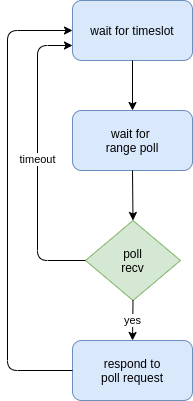
The draw.io diagram reports/03_firmware/img/twr_responder.png in tuannv-github/uwb-ips, before a commit. Source tidied: cells renumbered, new cells last; positions are measured from the earlier drawing's top-left corner, leaving out a move shared by most shapes. Source of this version:
```xml
<mxGraphModel>
  <root>
    <mxCell id="0" />
    <mxCell id="1" parent="0" />
    <mxCell id="2" value="wait for timeslot" style="rounded=1;whiteSpace=wrap;html=1;fillColor=#dae8fc;strokeColor=#6c8ebf;" parent="1" vertex="1">
      <mxGeometry x="65" width="120" height="60" as="geometry" />
    </mxCell>
    <mxCell id="3" value="wait for&amp;nbsp;&lt;br&gt;range poll" style="rounded=1;whiteSpace=wrap;html=1;fillColor=#dae8fc;strokeColor=#6c8ebf;" parent="1" vertex="1">
      <mxGeometry x="65" y="110" width="120" height="60" as="geometry" />
    </mxCell>
    <mxCell id="4" value="poll&lt;br&gt;recv" style="rhombus;whiteSpace=wrap;html=1;fillColor=#d5e8d4;strokeColor=#82b366;" parent="1" vertex="1">
      <mxGeometry x="78" y="220" width="95" height="80" as="geometry" />
    </mxCell>
    <mxCell id="5" value="respond to&lt;br&gt;poll request" style="rounded=1;whiteSpace=wrap;html=1;fillColor=#dae8fc;strokeColor=#6c8ebf;" parent="1" vertex="1">
      <mxGeometry x="65" y="340" width="120" height="60" as="geometry" />
    </mxCell>
    <mxCell id="6" style="endArrow=classic;html=1;exitX=0.5;exitY=1;exitDx=0;exitDy=0;entryX=0.5;entryY=0;entryDx=0;entryDy=0;" parent="1" edge="1" source="2" target="3">
      <mxGeometry relative="1" as="geometry" />
    </mxCell>
    <mxCell id="7" style="endArrow=classic;html=1;exitX=0.5;exitY=1;exitDx=0;exitDy=0;entryX=0.5;entryY=0;entryDx=0;entryDy=0;" parent="1" edge="1" source="3" target="4">
      <mxGeometry relative="1" as="geometry" />
    </mxCell>
    <mxCell id="8" value="yes" style="endArrow=classic;html=1;exitX=0.5;exitY=1;exitDx=0;exitDy=0;entryX=0.5;entryY=0;entryDx=0;entryDy=0;" parent="1" edge="1" source="4" target="5">
      <mxGeometry relative="1" as="geometry" />
    </mxCell>
    <mxCell id="9" style="endArrow=classic;html=1;exitX=0;exitY=0.5;exitDx=0;exitDy=0;entryX=0;entryY=0.5;entryDx=0;entryDy=0;" parent="1" edge="1" source="5" target="2">
      <mxGeometry relative="1" as="geometry">
        <Array as="points">
          <mxPoint y="370" />
          <mxPoint y="30" />
        </Array>
      </mxGeometry>
    </mxCell>
    <mxCell id="10" value="timeout" style="endArrow=classic;html=1;entryX=0;entryY=0.75;entryDx=0;entryDy=0;exitX=0;exitY=0.5;exitDx=0;exitDy=0;" parent="1" edge="1" source="4" target="2">
      <mxGeometry relative="1" as="geometry">
        <Array as="points">
          <mxPoint x="30" y="260" />
          <mxPoint x="30" y="45" />
        </Array>
      </mxGeometry>
    </mxCell>
  </root>
</mxGraphModel>
```
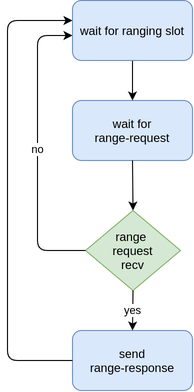
The same diagram one commit later.

Change to the diagram source:
```diff
@@ -2,20 +2,19 @@
   <root>
     <mxCell id="0" />
     <mxCell id="1" parent="0" />
-    <mxCell id="2" value="wait for timeslot" style="rounded=1;whiteSpace=wrap;html=1;fillColor=#dae8fc;strokeColor=#6c8ebf;" parent="1" vertex="1">
-      <mxGeometry x="65" width="120" height="60" as="geometry" />
-    </mxCell>
-    <mxCell id="3" value="wait for&amp;nbsp;&lt;br&gt;range poll" style="rounded=1;whiteSpace=wrap;html=1;fillColor=#dae8fc;strokeColor=#6c8ebf;" parent="1" vertex="1">
+    <mxCell id="3" value="wait for&lt;br&gt;range-request" style="rounded=1;whiteSpace=wrap;html=1;fillColor=#dae8fc;strokeColor=#6c8ebf;" parent="1" vertex="1">
       <mxGeometry x="65" y="110" width="120" height="60" as="geometry" />
     </mxCell>
-    <mxCell id="4" value="poll&lt;br&gt;recv" style="rhombus;whiteSpace=wrap;html=1;fillColor=#d5e8d4;strokeColor=#82b366;" parent="1" vertex="1">
+    <mxCell id="4" value="range&amp;nbsp;&lt;br&gt;request&lt;br&gt;recv" style="rhombus;whiteSpace=wrap;html=1;fillColor=#d5e8d4;strokeColor=#82b366;" parent="1" vertex="1">
       <mxGeometry x="78" y="220" width="95" height="80" as="geometry" />
     </mxCell>
-    <mxCell id="5" value="respond to&lt;br&gt;poll request" style="rounded=1;whiteSpace=wrap;html=1;fillColor=#dae8fc;strokeColor=#6c8ebf;" parent="1" vertex="1">
+    <mxCell id="5" value="send&lt;br&gt;range-response" style="rounded=1;whiteSpace=wrap;html=1;fillColor=#dae8fc;strokeColor=#6c8ebf;" parent="1" vertex="1">
       <mxGeometry x="65" y="340" width="120" height="60" as="geometry" />
     </mxCell>
-    <mxCell id="6" style="endArrow=classic;html=1;exitX=0.5;exitY=1;exitDx=0;exitDy=0;entryX=0.5;entryY=0;entryDx=0;entryDy=0;" parent="1" edge="1" source="2" target="3">
-      <mxGeometry relative="1" as="geometry" />
+    <mxCell id="6" style="endArrow=classic;html=1;exitX=0.5;exitY=1;exitDx=0;exitDy=0;entryX=0.5;entryY=0;entryDx=0;entryDy=0;" parent="1" edge="1" target="3">
+      <mxGeometry relative="1" as="geometry">
+        <mxPoint x="125" y="60" as="sourcePoint" />
+      </mxGeometry>
     </mxCell>
     <mxCell id="7" style="endArrow=classic;html=1;exitX=0.5;exitY=1;exitDx=0;exitDy=0;entryX=0.5;entryY=0;entryDx=0;entryDy=0;" parent="1" edge="1" source="3" target="4">
       <mxGeometry relative="1" as="geometry" />
@@ -23,21 +22,26 @@
     <mxCell id="8" value="yes" style="endArrow=classic;html=1;exitX=0.5;exitY=1;exitDx=0;exitDy=0;entryX=0.5;entryY=0;entryDx=0;entryDy=0;" parent="1" edge="1" source="4" target="5">
       <mxGeometry relative="1" as="geometry" />
     </mxCell>
-    <mxCell id="9" style="endArrow=classic;html=1;exitX=0;exitY=0.5;exitDx=0;exitDy=0;entryX=0;entryY=0.5;entryDx=0;entryDy=0;" parent="1" edge="1" source="5" target="2">
+    <mxCell id="9" style="endArrow=classic;html=1;exitX=0;exitY=0.5;exitDx=0;exitDy=0;entryX=0;entryY=0.5;entryDx=0;entryDy=0;" parent="1" edge="1" source="5">
       <mxGeometry relative="1" as="geometry">
+        <mxPoint x="65" y="30" as="targetPoint" />
         <Array as="points">
           <mxPoint y="370" />
           <mxPoint y="30" />
         </Array>
       </mxGeometry>
     </mxCell>
-    <mxCell id="10" value="timeout" style="endArrow=classic;html=1;entryX=0;entryY=0.75;entryDx=0;entryDy=0;exitX=0;exitY=0.5;exitDx=0;exitDy=0;" parent="1" edge="1" source="4" target="2">
+    <mxCell id="10" value="no" style="endArrow=classic;html=1;entryX=0;entryY=0.75;entryDx=0;entryDy=0;exitX=0;exitY=0.5;exitDx=0;exitDy=0;" parent="1" edge="1" source="4">
       <mxGeometry relative="1" as="geometry">
+        <mxPoint x="65" y="45" as="targetPoint" />
         <Array as="points">
           <mxPoint x="30" y="260" />
           <mxPoint x="30" y="45" />
         </Array>
       </mxGeometry>
     </mxCell>
+    <mxCell id="11" value="wait for ranging slot" style="rounded=1;whiteSpace=wrap;html=1;fillColor=#dae8fc;strokeColor=#6c8ebf;" parent="1" vertex="1">
+      <mxGeometry x="65" y="10" width="120" height="60" as="geometry" />
+    </mxCell>
   </root>
 </mxGraphModel>
```
